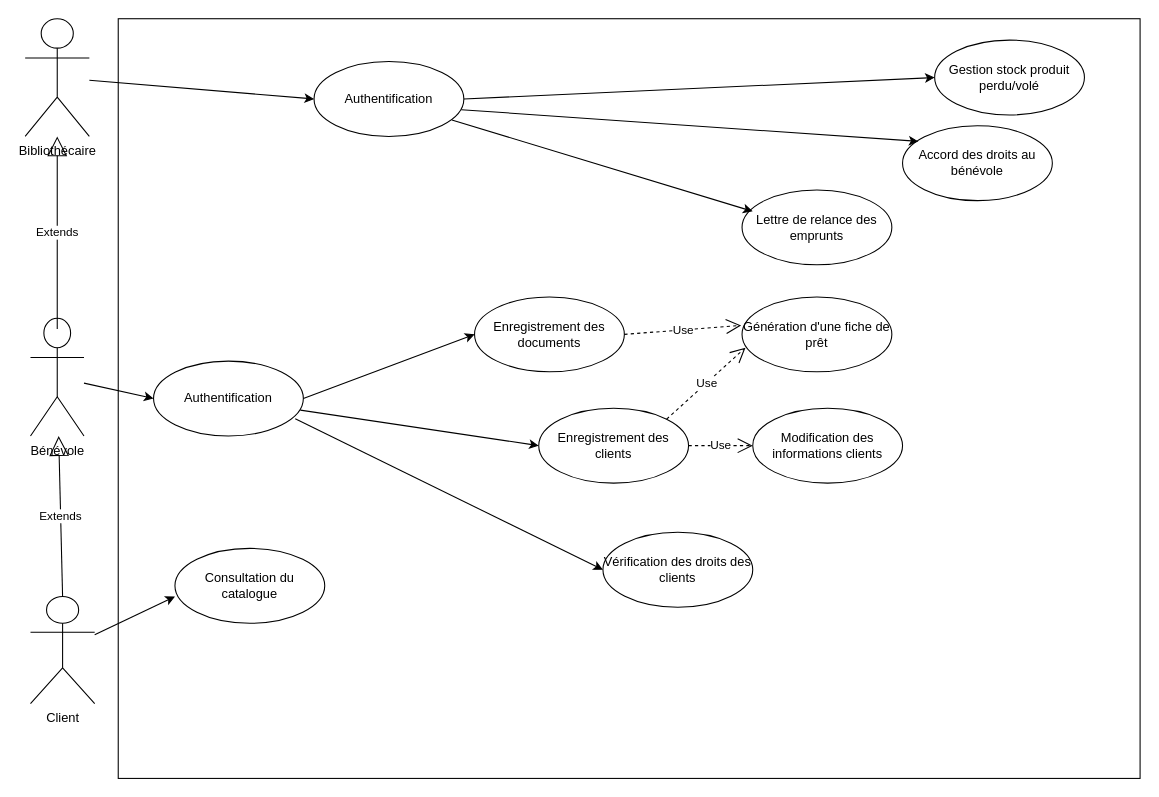
Earlier version of the draw.io diagram Développer des composants d'interface/Maquetter une application/UML partie 1/Phase2_cas_d_utilisation.drawio (Kevin-dev-afpa/CDA). Source tidied: cells renumbered, new cells numbered last; positions are measured from the earlier drawing's top-left corner, leaving out a move shared by most shapes. Both pictures are drawn from the tidied source at 107%, with x=0, y=0 at pixel (25, 18).
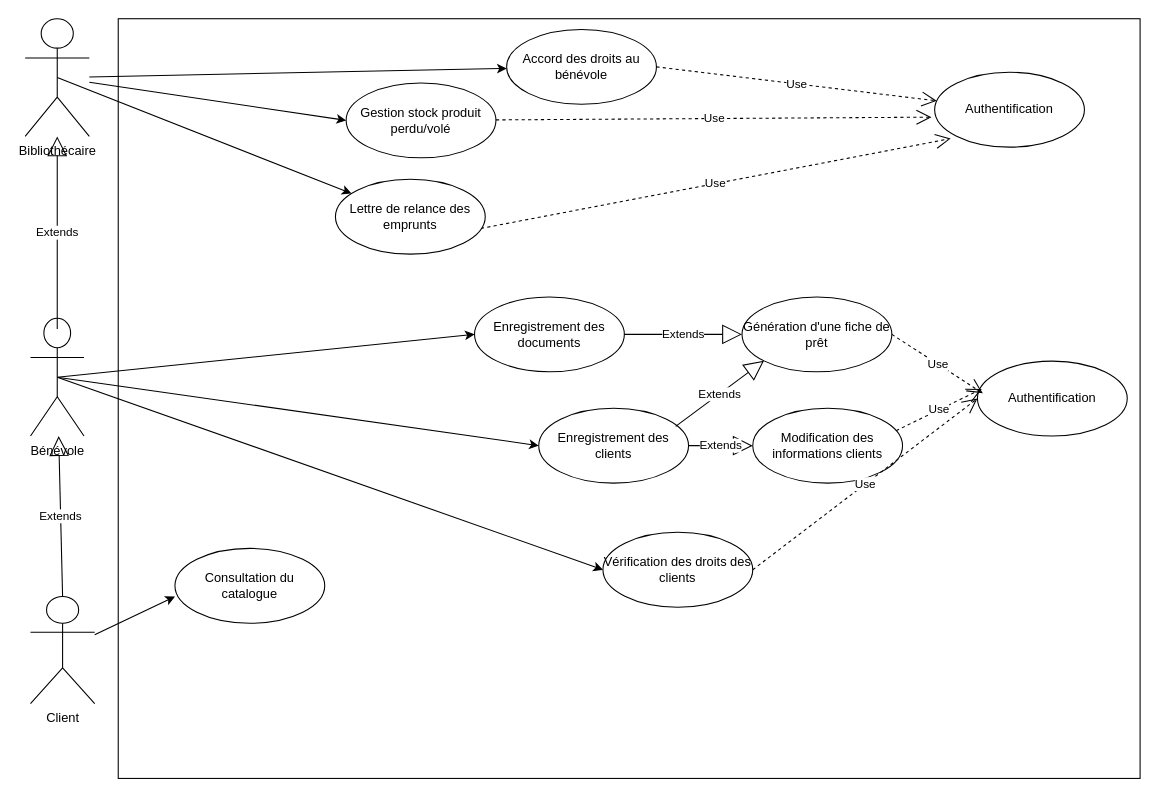
The same diagram, later.

The change refers to these unchanged cells:
```xml
<mxCell id="3" value="Bibliothécaire" style="shape=umlActor;verticalLabelPosition=bottom;verticalAlign=top;html=1;outlineConnect=0;" parent="1" vertex="1">
  <mxGeometry width="60" height="110" as="geometry" />
</mxCell>
<mxCell id="4" value="Bénévole" style="shape=umlActor;verticalLabelPosition=bottom;verticalAlign=top;html=1;outlineConnect=0;" parent="1" vertex="1">
  <mxGeometry x="5" y="280" width="50" height="110" as="geometry" />
</mxCell>
<mxCell id="7" value="Enregistrement des documents" style="ellipse;whiteSpace=wrap;html=1;" parent="1" vertex="1">
  <mxGeometry x="420" y="260" width="140" height="70" as="geometry" />
</mxCell>
<mxCell id="8" value="Enregistrement des clients" style="ellipse;whiteSpace=wrap;html=1;" parent="1" vertex="1">
  <mxGeometry x="480" y="364" width="140" height="70" as="geometry" />
</mxCell>
<mxCell id="13" value="Vérification des droits des clients" style="ellipse;whiteSpace=wrap;html=1;" parent="1" vertex="1">
  <mxGeometry x="540" y="480" width="140" height="70" as="geometry" />
</mxCell>
<mxCell id="14" value="Modification des informations clients" style="ellipse;whiteSpace=wrap;html=1;" parent="1" vertex="1">
  <mxGeometry x="680" y="364" width="140" height="70" as="geometry" />
</mxCell>
<mxCell id="15" value="Génération d'une fiche de prêt" style="ellipse;whiteSpace=wrap;html=1;" parent="1" vertex="1">
  <mxGeometry x="670" y="260" width="140" height="70" as="geometry" />
</mxCell>
```

What changed in the source:
```diff
@@
     <mxCell id="9" value="Gestion stock produit perdu/volé" style="ellipse;whiteSpace=wrap;html=1;" parent="1" vertex="1">
-      <mxGeometry x="850" y="20" width="140" height="70" as="geometry" />
+      <mxGeometry x="300" y="60" width="140" height="70" as="geometry" />
     </mxCell>
     <mxCell id="10" value="Accord des droits au bénévole" style="ellipse;whiteSpace=wrap;html=1;" parent="1" vertex="1">
-      <mxGeometry x="820" y="100" width="140" height="70" as="geometry" />
+      <mxGeometry x="450" y="10" width="140" height="70" as="geometry" />
     </mxCell>
     <mxCell id="11" value="Lettre de relance des emprunts" style="ellipse;whiteSpace=wrap;html=1;" parent="1" vertex="1">
-      <mxGeometry x="670" y="160" width="140" height="70" as="geometry" />
+      <mxGeometry x="290" y="150" width="140" height="70" as="geometry" />
     </mxCell>
@@
     <mxCell id="19" value="Authentification" style="ellipse;whiteSpace=wrap;html=1;" parent="1" vertex="1">
-      <mxGeometry x="270" y="40" width="140" height="70" as="geometry" />
+      <mxGeometry x="850" y="50" width="140" height="70" as="geometry" />
     </mxCell>
     <mxCell id="20" value="Authentification" style="ellipse;whiteSpace=wrap;html=1;" parent="1" vertex="1">
-      <mxGeometry x="120" y="320" width="140" height="70" as="geometry" />
+      <mxGeometry x="890" y="320" width="140" height="70" as="geometry" />
     </mxCell>
-    <mxCell id="21" style="endArrow=classic;html=1;entryX=0;entryY=0.5;entryDx=0;entryDy=0;" parent="1" edge="1" source="3" target="19">
-      <mxGeometry relative="1" as="geometry" />
-    </mxCell>
-    <mxCell id="22" style="endArrow=classic;html=1;exitX=1;exitY=0.5;exitDx=0;exitDy=0;entryX=0;entryY=0.5;entryDx=0;entryDy=0;" parent="1" edge="1" source="19" target="9">
-      <mxGeometry relative="1" as="geometry" />
-    </mxCell>
-    <mxCell id="23" style="endArrow=classic;html=1;entryX=0.106;entryY=0.209;entryDx=0;entryDy=0;exitX=0.983;exitY=0.643;exitDx=0;exitDy=0;exitPerimeter=0;entryPerimeter=0;" parent="1" edge="1" source="19" target="10">
-      <mxGeometry relative="1" as="geometry" />
-    </mxCell>
-    <mxCell id="24" style="endArrow=classic;html=1;exitX=0.92;exitY=0.78;exitDx=0;exitDy=0;entryX=0.071;entryY=0.286;entryDx=0;entryDy=0;exitPerimeter=0;entryPerimeter=0;" parent="1" edge="1" source="19" target="11">
-      <mxGeometry relative="1" as="geometry" />
-    </mxCell>
-    <mxCell id="25" style="endArrow=classic;html=1;entryX=0;entryY=0.5;entryDx=0;entryDy=0;" parent="1" edge="1" source="4" target="20">
-      <mxGeometry relative="1" as="geometry" />
-    </mxCell>
-    <mxCell id="26" style="endArrow=classic;html=1;exitX=1;exitY=0.5;exitDx=0;exitDy=0;entryX=0;entryY=0.5;entryDx=0;entryDy=0;" parent="1" edge="1" source="20" target="7">
-      <mxGeometry relative="1" as="geometry" />
-    </mxCell>
-    <mxCell id="27" style="endArrow=classic;html=1;exitX=0.98;exitY=0.654;exitDx=0;exitDy=0;entryX=0;entryY=0.5;entryDx=0;entryDy=0;exitPerimeter=0;" parent="1" edge="1" source="20" target="8">
-      <mxGeometry relative="1" as="geometry" />
-    </mxCell>
-    <mxCell id="28" style="endArrow=classic;html=1;exitX=0.946;exitY=0.769;exitDx=0;exitDy=0;entryX=0;entryY=0.5;entryDx=0;entryDy=0;exitPerimeter=0;" parent="1" edge="1" source="20" target="13">
-      <mxGeometry relative="1" as="geometry" />
-    </mxCell>
+    <mxCell id="31" value="Extends" style="endArrow=block;endSize=16;endFill=0;html=1;exitX=1;exitY=0.5;exitDx=0;exitDy=0;entryX=0;entryY=0.5;entryDx=0;entryDy=0;" parent="1" edge="1" source="7" target="15">
+      <mxGeometry relative="1" as="geometry" />
+    </mxCell>
+    <mxCell id="30" value="Extends" style="endArrow=block;endSize=16;endFill=0;html=1;exitX=0.914;exitY=0.243;exitDx=0;exitDy=0;exitPerimeter=0;entryX=0;entryY=1;entryDx=0;entryDy=0;" parent="1" edge="1" source="8" target="15">
+      <mxGeometry relative="1" as="geometry" />
+    </mxCell>
+    <mxCell id="32" value="Extends" style="endArrow=block;endSize=16;endFill=0;html=1;exitX=1;exitY=0.5;exitDx=0;exitDy=0;" parent="1" edge="1" source="8" target="14">
+      <mxGeometry relative="1" as="geometry" />
+    </mxCell>
+    <mxCell id="33" value="Use" style="endArrow=open;endSize=12;dashed=1;html=1;exitX=1;exitY=0.5;exitDx=0;exitDy=0;" parent="1" edge="1" source="10" target="19">
+      <mxGeometry relative="1" as="geometry" />
+    </mxCell>
+    <mxCell id="34" value="Use" style="endArrow=open;endSize=12;dashed=1;html=1;entryX=-0.021;entryY=0.6;entryDx=0;entryDy=0;entryPerimeter=0;" parent="1" edge="1" source="9" target="19">
+      <mxGeometry relative="1" as="geometry" />
+    </mxCell>
+    <mxCell id="35" value="Use" style="endArrow=open;endSize=12;dashed=1;html=1;exitX=0.971;exitY=0.657;exitDx=0;exitDy=0;exitPerimeter=0;entryX=0.107;entryY=0.886;entryDx=0;entryDy=0;entryPerimeter=0;" parent="1" edge="1" source="11" target="19">
+      <mxGeometry relative="1" as="geometry" />
+    </mxCell>
+    <mxCell id="36" style="endArrow=classic;html=1;" parent="1" edge="1" source="3" target="10">
+      <mxGeometry relative="1" as="geometry" />
+    </mxCell>
+    <mxCell id="37" style="endArrow=classic;html=1;entryX=0;entryY=0.5;entryDx=0;entryDy=0;" parent="1" edge="1" source="3" target="9">
+      <mxGeometry relative="1" as="geometry" />
+    </mxCell>
+    <mxCell id="38" style="endArrow=classic;html=1;exitX=0.5;exitY=0.5;exitDx=0;exitDy=0;exitPerimeter=0;" parent="1" edge="1" source="3" target="11">
+      <mxGeometry relative="1" as="geometry" />
+    </mxCell>
+    <mxCell id="39" style="endArrow=classic;html=1;exitX=0.5;exitY=0.5;exitDx=0;exitDy=0;exitPerimeter=0;entryX=0;entryY=0.5;entryDx=0;entryDy=0;" parent="1" edge="1" source="4" target="7">
+      <mxGeometry relative="1" as="geometry" />
+    </mxCell>
+    <mxCell id="40" style="endArrow=classic;html=1;exitX=0.5;exitY=0.5;exitDx=0;exitDy=0;exitPerimeter=0;entryX=0;entryY=0.5;entryDx=0;entryDy=0;" parent="1" edge="1" source="4" target="8">
+      <mxGeometry relative="1" as="geometry" />
+    </mxCell>
+    <mxCell id="41" style="endArrow=classic;html=1;exitX=0.5;exitY=0.5;exitDx=0;exitDy=0;exitPerimeter=0;entryX=0;entryY=0.5;entryDx=0;entryDy=0;" parent="1" edge="1" source="4" target="13">
+      <mxGeometry relative="1" as="geometry" />
+    </mxCell>
-    <mxCell id="29" value="Use" style="endArrow=open;endSize=12;dashed=1;html=1;exitX=1;exitY=0.5;exitDx=0;exitDy=0;entryX=0;entryY=0.5;entryDx=0;entryDy=0;" parent="1" edge="1" source="8" target="14">
+    <mxCell id="29" value="Use" style="endArrow=open;endSize=12;dashed=1;html=1;exitX=1;exitY=0.5;exitDx=0;exitDy=0;entryX=0;entryY=0.5;entryDx=0;entryDy=0;" parent="1" edge="1" source="13" target="20">
       <mxGeometry relative="1" as="geometry" />
     </mxCell>
-    <mxCell id="30" value="Use" style="endArrow=open;endSize=12;dashed=1;html=1;exitX=1;exitY=0;exitDx=0;exitDy=0;entryX=0.023;entryY=0.677;entryDx=0;entryDy=0;entryPerimeter=0;" parent="1" edge="1" source="8" target="15">
-      <mxGeometry relative="1" as="geometry" />
-    </mxCell>
-    <mxCell id="31" value="Use" style="endArrow=open;endSize=12;dashed=1;html=1;exitX=1;exitY=0.5;exitDx=0;exitDy=0;entryX=-0.006;entryY=0.38;entryDx=0;entryDy=0;entryPerimeter=0;" parent="1" edge="1" source="7" target="15">
-      <mxGeometry relative="1" as="geometry" />
-    </mxCell>
+    <mxCell id="42" value="Use" style="endArrow=open;endSize=12;dashed=1;html=1;exitX=0.957;exitY=0.3;exitDx=0;exitDy=0;exitPerimeter=0;entryX=0.029;entryY=0.371;entryDx=0;entryDy=0;entryPerimeter=0;" parent="1" edge="1" source="14" target="20">
+      <mxGeometry relative="1" as="geometry" />
+    </mxCell>
+    <mxCell id="43" value="Use" style="endArrow=open;endSize=12;dashed=1;html=1;exitX=1;exitY=0.5;exitDx=0;exitDy=0;" parent="1" edge="1" source="15">
+      <mxGeometry relative="1" as="geometry">
+        <mxPoint x="895" y="350" as="targetPoint" />
+      </mxGeometry>
+    </mxCell>
```
